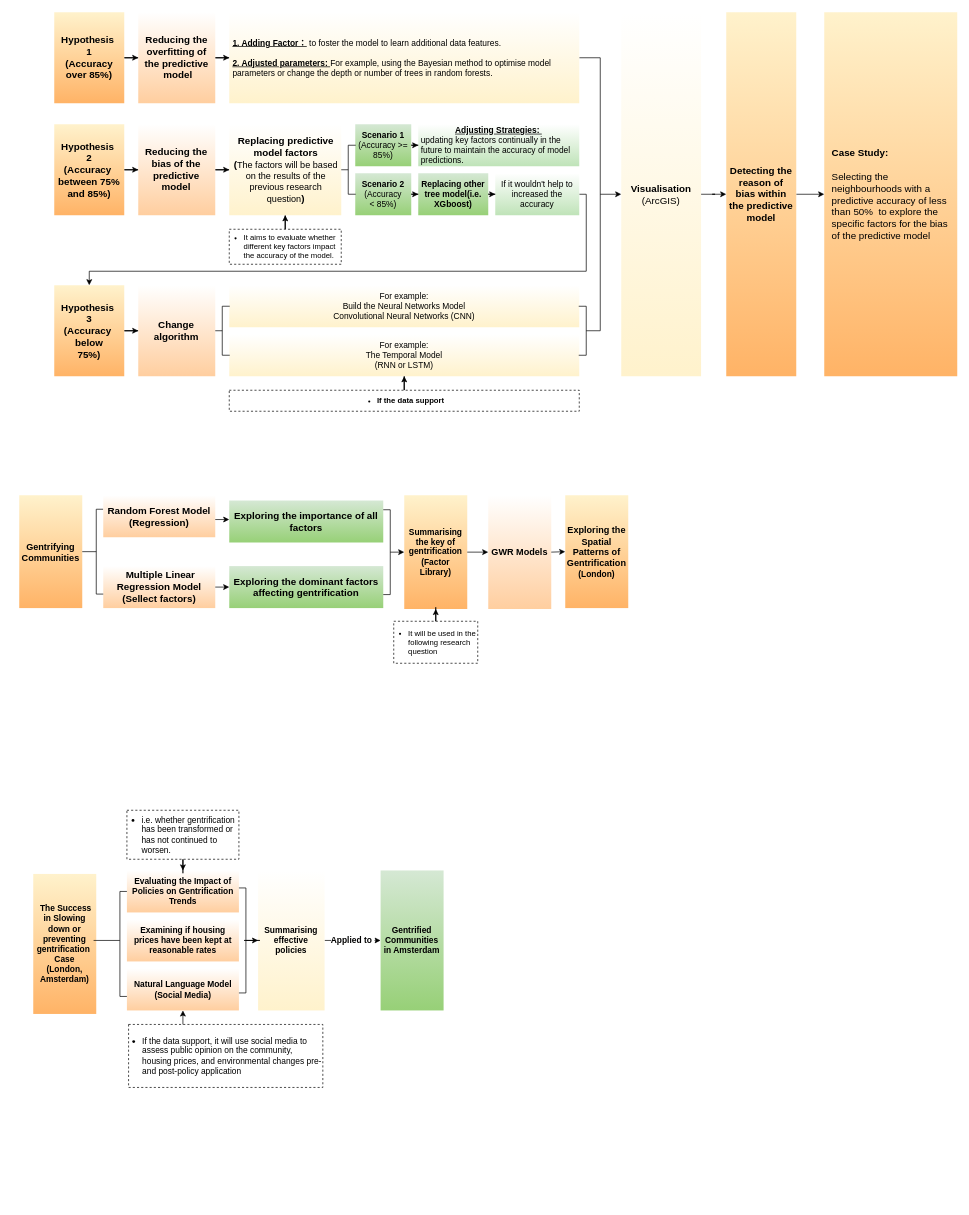
The draw.io diagram proposal.drawio in CindyZ123/case_test, before the edit. Source tidied: cells renumbered, new cells numbered last; positions are measured from the earlier drawing's top-left corner, leaving out a move shared by most shapes. Both pictures are drawn from the tidied source at 70%, with x=0, y=0 at pixel (19, 12).
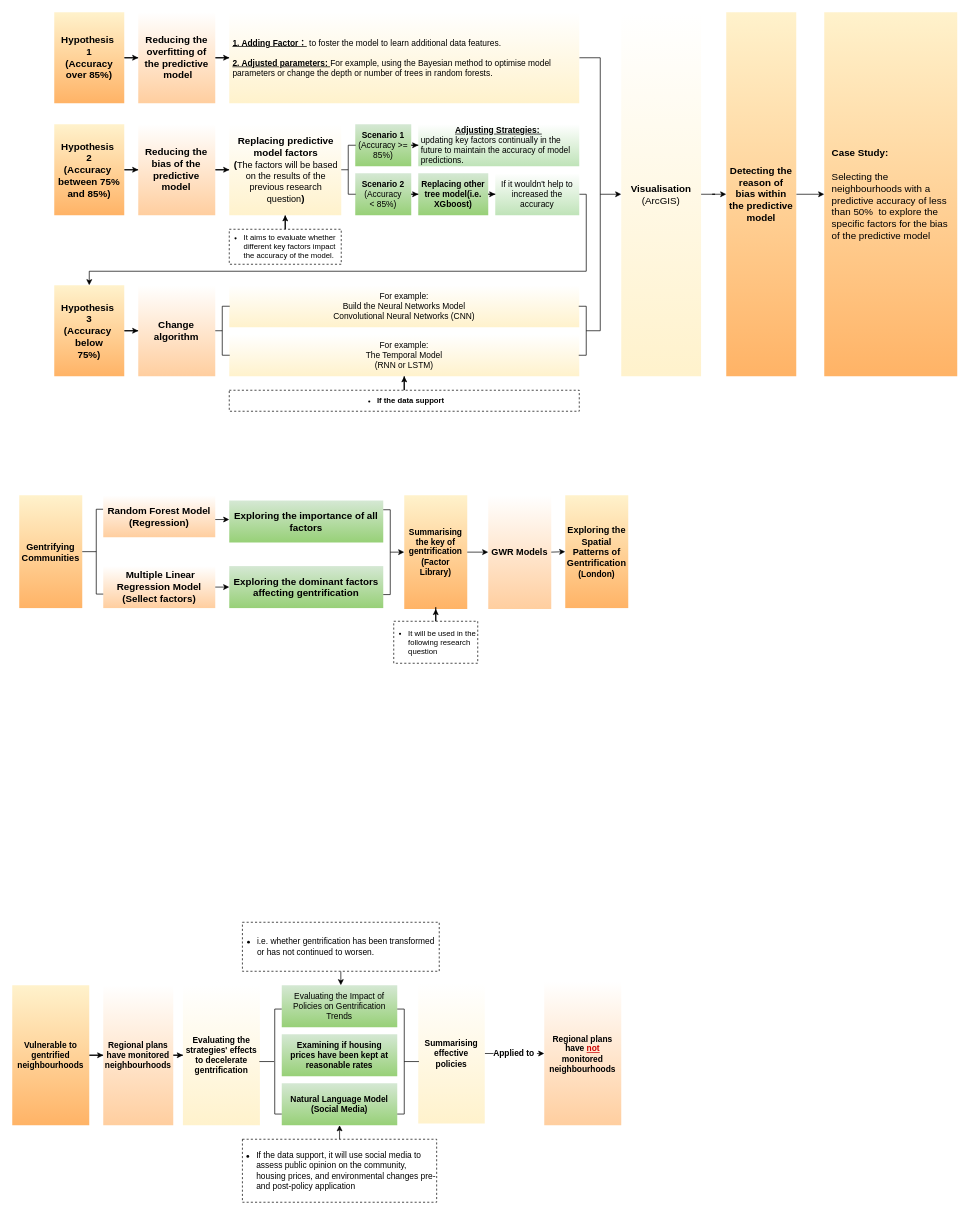
The same page after the edit.

Change to the diagram source:
```diff
@@
-    <mxCell id="61" value="&lt;font style=&quot;&quot;&gt;&lt;b&gt;&amp;nbsp;The Success in Slowing down or preventing gentrification&amp;nbsp;&lt;/b&gt;&lt;/font&gt;&lt;div&gt;&lt;font style=&quot;&quot;&gt;&lt;b&gt;Case&lt;/b&gt;&lt;br&gt;&lt;b&gt;(London, Amsterdam)&lt;/b&gt;&lt;br&gt;&lt;/font&gt;&lt;/div&gt;" style="rounded=0;whiteSpace=wrap;html=1;fillColor=#fff2cc;strokeColor=none;gradientColor=#FFB366;" parent="1" vertex="1">
-      <mxGeometry x="20" y="1231" width="90" height="200" as="geometry" />
-    </mxCell>
+    <mxCell id="76" style="edgeStyle=orthogonalEdgeStyle;rounded=0;jettySize=auto;html=1;" parent="1" edge="1" source="77" target="79">
+      <mxGeometry relative="1" as="geometry" />
+    </mxCell>
+    <mxCell id="77" value="&lt;b&gt;Vulnerable to gentrified neighbourhoods&lt;/b&gt;" style="rounded=0;whiteSpace=wrap;html=1;fillColor=#fff2cc;strokeColor=none;gradientColor=#FFB366;" parent="1" vertex="1">
+      <mxGeometry x="-10" y="1390" width="110" height="200" as="geometry" />
+    </mxCell>
+    <mxCell id="78" style="edgeStyle=orthogonalEdgeStyle;rounded=0;jettySize=auto;html=1;" parent="1" edge="1" source="79" target="81">
+      <mxGeometry relative="1" as="geometry" />
+    </mxCell>
+    <mxCell id="79" value="Regional plans have monitored neighbourhoods" style="whiteSpace=wrap;html=1;fillColor=#FFFFFF;strokeColor=none;rounded=0;gradientColor=#FFCE9F;fontStyle=1;" parent="1" vertex="1">
+      <mxGeometry x="120" y="1390" width="100" height="200" as="geometry" />
+    </mxCell>
+    <mxCell id="80" value="&lt;b&gt;Regional plans have &lt;font color=&quot;#cc0000&quot;&gt;&lt;u&gt;not&lt;/u&gt;&lt;/font&gt; monitored neighbourhoods&lt;/b&gt;" style="whiteSpace=wrap;html=1;fillColor=#FFFFFF;strokeColor=none;rounded=0;gradientColor=#FFCE9F;" parent="1" vertex="1">
+      <mxGeometry x="750" y="1385" width="110" height="205" as="geometry" />
+    </mxCell>
+    <mxCell id="81" value="&lt;span style=&quot;text-align: left;&quot;&gt;Evaluating the strategies' effects to decelerate gentrification&lt;/span&gt;" style="whiteSpace=wrap;html=1;fillColor=#FFFFFF;strokeColor=none;rounded=0;gradientColor=#FFF2CC;fontStyle=1;" parent="1" vertex="1">
+      <mxGeometry x="233.8" y="1390" width="110" height="200" as="geometry" />
+    </mxCell>
+    <mxCell id="82" style="edgeStyle=orthogonalEdgeStyle;rounded=0;jettySize=auto;html=1;" parent="1" edge="1" source="67">
+      <mxGeometry relative="1" as="geometry">
+        <mxPoint x="458" y="1390" as="targetPoint" />
+      </mxGeometry>
+    </mxCell>
+    <mxCell id="67" value="&lt;div style=&quot;&quot;&gt;&lt;ul&gt;&lt;li&gt;i.e. whether gentrification has been transformed or has not continued to worsen.&lt;br&gt;&lt;/li&gt;&lt;/ul&gt;&lt;/div&gt;&lt;span style=&quot;font-size: medium;&quot;&gt;&lt;/span&gt;" style="rounded=0;whiteSpace=wrap;html=1;align=left;dashed=1;spacingLeft=-21;" parent="1" vertex="1">
+      <mxGeometry x="318.8" y="1300" width="281.2" height="70" as="geometry" />
+    </mxCell>
-    <mxCell id="62" value="&lt;b&gt;Evaluating the Impact of Policies on Gentrification Trends&lt;/b&gt;" style="whiteSpace=wrap;html=1;fillColor=#FFFFFF;strokeColor=none;rounded=0;gradientColor=#FFCE9F;" parent="1" vertex="1">
-      <mxGeometry x="153.8" y="1226" width="160" height="60" as="geometry" />
+    <mxCell id="62" value="&lt;span&gt;Evaluating the Impact of Policies on Gentrification Trends&lt;/span&gt;" style="rounded=0;whiteSpace=wrap;html=1;fillColor=#D5E8D4;strokeColor=none;gradientColor=#97D077;fontStyle=0;" parent="1" vertex="1">
+      <mxGeometry x="375" y="1390" width="165" height="60" as="geometry" />
     </mxCell>
-    <mxCell id="63" style="edgeStyle=orthogonalEdgeStyle;rounded=0;jettySize=auto;html=1;entryX=0.5;entryY=1;entryDx=0;entryDy=0;" parent="1" edge="1" target="64">
-      <mxGeometry relative="1" as="geometry">
-        <mxPoint x="223.8" y="1456" as="sourcePoint" />
-      </mxGeometry>
-    </mxCell>
+    <mxCell id="65" value="&lt;div&gt;&lt;b&gt;Examining if housing&lt;/b&gt;&lt;/div&gt;&lt;div&gt;&lt;b&gt;prices have been kept at reasonable rates&lt;/b&gt;&lt;/div&gt;" style="rounded=0;whiteSpace=wrap;html=1;fillColor=#D5E8D4;strokeColor=none;gradientColor=#97D077;fontStyle=0;" parent="1" vertex="1">
+      <mxGeometry x="375" y="1460" width="165" height="60" as="geometry" />
+    </mxCell>
-    <mxCell id="64" value="&lt;font style=&quot;&quot;&gt;&lt;b&gt;Natural Language Model&lt;br&gt;(Social Media)&lt;/b&gt;&lt;br&gt;&lt;/font&gt;" style="whiteSpace=wrap;html=1;fillColor=#FFFFFF;strokeColor=none;rounded=0;gradientColor=#FFCE9F;" parent="1" vertex="1">
-      <mxGeometry x="153.8" y="1366" width="160" height="60" as="geometry" />
+    <mxCell id="64" value="&lt;b&gt;Natural Language Model&lt;br&gt;(Social Media)&lt;/b&gt;" style="rounded=0;whiteSpace=wrap;html=1;fillColor=#D5E8D4;strokeColor=none;gradientColor=#97D077;fontStyle=0;" parent="1" vertex="1">
+      <mxGeometry x="375" y="1530" width="165" height="60" as="geometry" />
     </mxCell>
-    <mxCell id="65" value="&lt;div style=&quot;&quot;&gt;&lt;font style=&quot;font-size: 12px;&quot;&gt;&lt;b&gt;Examining if housing&lt;/b&gt;&lt;/font&gt;&lt;/div&gt;&lt;div style=&quot;&quot;&gt;&lt;font style=&quot;font-size: 12px;&quot;&gt;&lt;b&gt;prices have been kept at reasonable rates&lt;/b&gt;&lt;/font&gt;&lt;/div&gt;" style="whiteSpace=wrap;html=1;fillColor=#FFFFFF;strokeColor=none;rounded=0;gradientColor=#FFCE9F;" parent="1" vertex="1">
-      <mxGeometry x="153.8" y="1296" width="160" height="60" as="geometry" />
-    </mxCell>
-    <mxCell id="66" style="edgeStyle=orthogonalEdgeStyle;rounded=0;jettySize=auto;html=1;entryX=0.5;entryY=0;entryDx=0;entryDy=0;" parent="1" edge="1" source="67" target="62">
-      <mxGeometry relative="1" as="geometry" />
-    </mxCell>
-    <mxCell id="67" value="&lt;div style=&quot;&quot;&gt;&lt;ul&gt;&lt;li&gt;i.e. whether gentrification has been transformed or has not continued to worsen.&lt;br&gt;&lt;/li&gt;&lt;/ul&gt;&lt;/div&gt;&lt;span style=&quot;font-size: medium;&quot;&gt;&lt;/span&gt;" style="rounded=0;whiteSpace=wrap;html=1;align=left;dashed=1;spacingLeft=-21;" parent="1" vertex="1">
-      <mxGeometry x="153.8" y="1140" width="160" height="70" as="geometry" />
-    </mxCell>
+    <mxCell id="83" style="edgeStyle=orthogonalEdgeStyle;rounded=0;jettySize=auto;html=1;" parent="1" edge="1" source="68" target="64">
+      <mxGeometry relative="1" as="geometry" />
+    </mxCell>
     <mxCell id="68" value="&lt;div style=&quot;&quot;&gt;&lt;ul&gt;&lt;li style=&quot;&quot;&gt;&lt;div style=&quot;text-align: left;&quot;&gt;&lt;span style=&quot;background-color: initial;&quot;&gt;If the data support,&amp;nbsp;&lt;/span&gt;&lt;span style=&quot;background-color: initial;&quot;&gt;it will use social media to assess public&amp;nbsp;&lt;/span&gt;&lt;span style=&quot;background-color: initial;&quot;&gt;opinion on the community, housing prices, and environmental changes pre-and post-&lt;/span&gt;&lt;span style=&quot;background-color: initial;&quot;&gt;policy application&lt;/span&gt;&lt;/div&gt;&lt;/li&gt;&lt;/ul&gt;&lt;/div&gt;" style="rounded=0;whiteSpace=wrap;html=1;align=center;dashed=1;spacingLeft=-21;" parent="1" vertex="1">
-      <mxGeometry x="156.2" y="1446" width="277.5" height="90" as="geometry" />
+      <mxGeometry x="318.8" y="1610" width="277.5" height="90" as="geometry" />
     </mxCell>
-    <mxCell id="69" style="strokeWidth=1;html=1;shape=mxgraph.flowchart.annotation_1;align=left;" parent="1" vertex="1">
-      <mxGeometry x="143.8" y="1256" width="10" height="150" as="geometry" />
-    </mxCell>
-    <mxCell id="70" style="line;strokeWidth=1;html=1;" parent="1" vertex="1">
-      <mxGeometry x="106.2" y="1321" width="37.5" height="10" as="geometry" />
-    </mxCell>
-    <mxCell id="71" value="&lt;b&gt;Applied to&amp;nbsp;&lt;/b&gt;" style="edgeStyle=orthogonalEdgeStyle;rounded=0;jettySize=auto;html=1;fontFamily=Helvetica;fontSize=12;fontColor=default;" parent="1" edge="1" source="72" target="73">
+    <mxCell id="71" value="&lt;b&gt;Applied to&amp;nbsp;&lt;/b&gt;" style="edgeStyle=orthogonalEdgeStyle;rounded=0;jettySize=auto;html=1;fontFamily=Helvetica;fontSize=12;fontColor=default;entryX=0;entryY=0.5;entryDx=0;entryDy=0;" parent="1" edge="1" source="72" target="80">
       <mxGeometry relative="1" as="geometry" />
     </mxCell>
     <mxCell id="72" value="&lt;b&gt;&lt;font style=&quot;font-size: 12px;&quot;&gt;Summarising effective policies&lt;/font&gt;&lt;/b&gt;" style="whiteSpace=wrap;html=1;fillColor=#FFFFFF;strokeColor=none;rounded=0;gradientColor=#FFF2CC;" parent="1" vertex="1">
-      <mxGeometry x="341.2" y="1226" width="95" height="200" as="geometry" />
+      <mxGeometry x="570" y="1387.5" width="95" height="200" as="geometry" />
     </mxCell>
-    <mxCell id="73" value="&lt;b style=&quot;border-color: var(--border-color);&quot;&gt;&lt;font style=&quot;border-color: var(--border-color); font-size: 12px;&quot;&gt;Gentrified Communities in Amsterdam&lt;/font&gt;&lt;/b&gt;" style="rounded=0;whiteSpace=wrap;html=1;fillColor=#D5E8D4;strokeColor=none;gradientColor=#97D077;" parent="1" vertex="1">
-      <mxGeometry x="516.2" y="1226" width="90" height="200" as="geometry" />
-    </mxCell>
-    <mxCell id="74" style="edgeStyle=orthogonalEdgeStyle;rounded=0;jettySize=auto;html=1;fontFamily=Helvetica;fontSize=12;fontColor=default;" parent="1" edge="1" source="75" target="72">
-      <mxGeometry relative="1" as="geometry" />
-    </mxCell>
-    <mxCell id="75" style="strokeWidth=1;html=1;shape=mxgraph.flowchart.annotation_1;align=left;rotation=-180;" parent="1" vertex="1">
-      <mxGeometry x="313.8" y="1251" width="10" height="150" as="geometry" />
-    </mxCell>
+    <mxCell id="84" style="strokeWidth=1;html=1;shape=mxgraph.flowchart.annotation_1;align=left;" parent="1" vertex="1">
+      <mxGeometry x="365" y="1424" width="10" height="150" as="geometry" />
+    </mxCell>
+    <mxCell id="85" style="line;strokeWidth=1;html=1;" parent="1" vertex="1">
+      <mxGeometry x="343" y="1494" width="21" height="10" as="geometry" />
+    </mxCell>
+    <mxCell id="86" style="strokeWidth=1;html=1;shape=mxgraph.flowchart.annotation_1;align=left;rotation=-180;" parent="1" vertex="1">
+      <mxGeometry x="540" y="1424" width="10" height="150" as="geometry" />
+    </mxCell>
+    <mxCell id="87" style="line;strokeWidth=1;html=1;" parent="1" vertex="1">
+      <mxGeometry x="550" y="1494" width="21" height="10" as="geometry" />
+    </mxCell>
```
